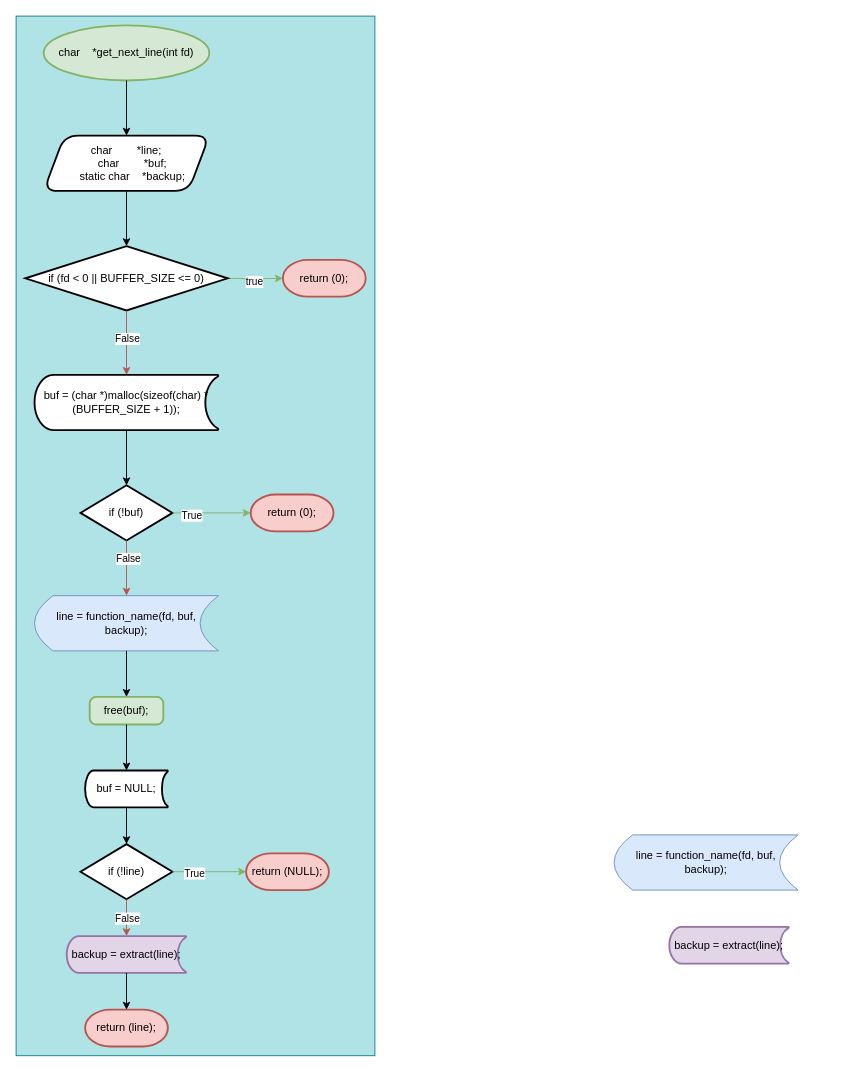
Earlier version of the draw.io diagram get_next_line.drawio (cgonzalezn/get_next_line). Source tidied: cells renumbered, new cells numbered last; positions are measured from the earlier drawing's top-left corner, leaving out a move shared by most shapes. Both pictures are drawn from the tidied source at 92%, with x=0, y=0 at pixel (16, 16).
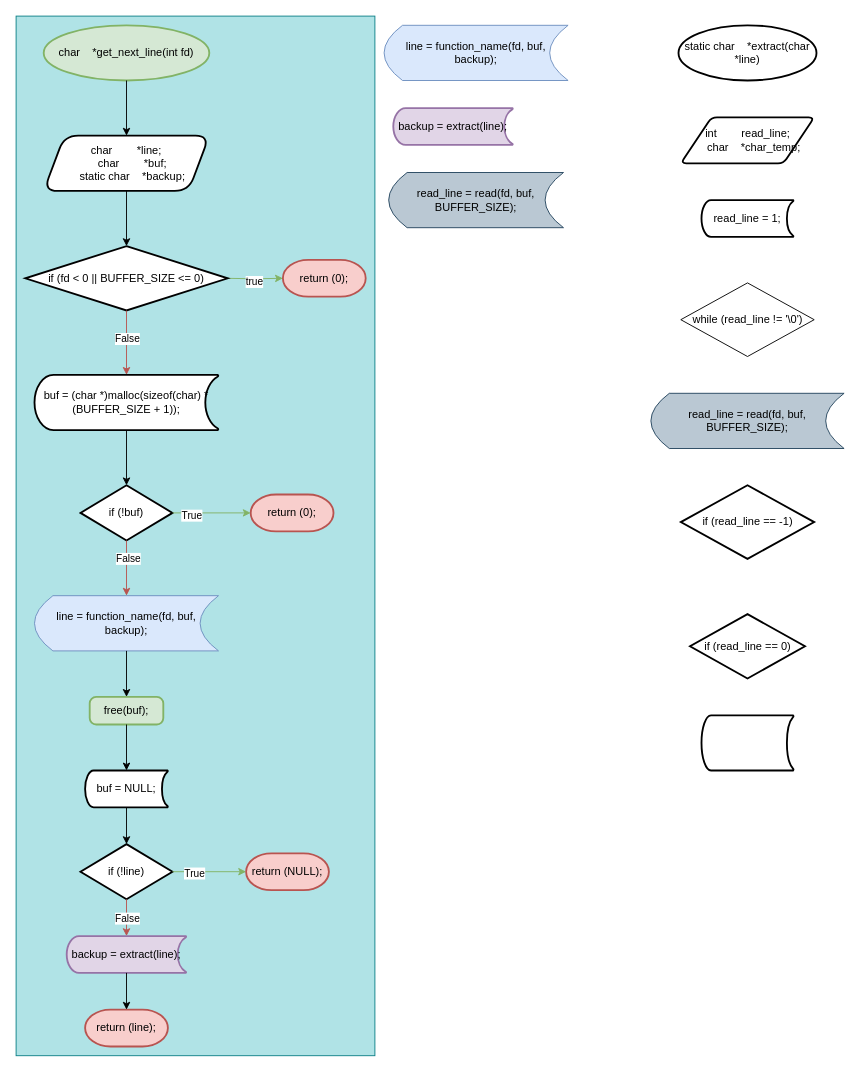
The same diagram, later.

The edit, as a diff of the source:
```diff
@@
     <mxCell id="2" value="backup = extract(line);" style="strokeWidth=2;html=1;shape=mxgraph.flowchart.stored_data;whiteSpace=wrap;fillColor=#e1d5e7;strokeColor=#9673a6;" parent="1" vertex="1">
-      <mxGeometry x="710" y="990" width="130" height="40" as="geometry" />
+      <mxGeometry x="410" y="100" width="130" height="40" as="geometry" />
     </mxCell>
     <mxCell id="3" value="line = function_name(fd, buf, backup);" style="shape=dataStorage;whiteSpace=wrap;html=1;fixedSize=1;fillColor=#dae8fc;strokeColor=#6c8ebf;" parent="1" vertex="1">
-      <mxGeometry x="650" y="890" width="200" height="60" as="geometry" />
+      <mxGeometry x="400" y="10" width="200" height="60" as="geometry" />
     </mxCell>
@@
+    <mxCell id="39" value="static char&amp;nbsp;&amp;nbsp;&amp;nbsp; *extract(char *line)" style="strokeWidth=2;html=1;shape=mxgraph.flowchart.start_1;whiteSpace=wrap;" parent="1" vertex="1">
+      <mxGeometry x="720" y="10" width="150" height="60" as="geometry" />
+    </mxCell>
+    <mxCell id="40" value="int&amp;nbsp;&amp;nbsp;&amp;nbsp; &amp;nbsp;&amp;nbsp;&amp;nbsp; read_line;&lt;br&gt;&amp;nbsp;&amp;nbsp; &amp;nbsp;char&amp;nbsp;&amp;nbsp;&amp;nbsp; *char_temp;" style="shape=parallelogram;html=1;strokeWidth=2;perimeter=parallelogramPerimeter;whiteSpace=wrap;rounded=1;arcSize=12;size=0.23;" parent="1" vertex="1">
+      <mxGeometry x="722.5" y="110" width="145" height="50" as="geometry" />
+    </mxCell>
+    <mxCell id="41" value="read_line = 1;" style="strokeWidth=2;html=1;shape=mxgraph.flowchart.stored_data;whiteSpace=wrap;" parent="1" vertex="1">
+      <mxGeometry x="745" y="200" width="100" height="40" as="geometry" />
+    </mxCell>
+    <mxCell id="42" value="while (read_line != '\0')" style="rhombus;whiteSpace=wrap;html=1;" parent="1" vertex="1">
+      <mxGeometry x="722.5" y="290" width="145" height="80" as="geometry" />
+    </mxCell>
+    <mxCell id="43" value="read_line = read(fd, buf, BUFFER_SIZE);" style="shape=dataStorage;whiteSpace=wrap;html=1;fixedSize=1;fillColor=#bac8d3;strokeColor=#23445d;" parent="1" vertex="1">
+      <mxGeometry x="690" y="410" width="210" height="60" as="geometry" />
+    </mxCell>
+    <mxCell id="44" value="read_line = read(fd, buf, BUFFER_SIZE);" style="shape=dataStorage;whiteSpace=wrap;html=1;fixedSize=1;fillColor=#bac8d3;strokeColor=#23445d;" parent="1" vertex="1">
+      <mxGeometry x="405" y="170" width="190" height="60" as="geometry" />
+    </mxCell>
+    <mxCell id="45" value="if (read_line == -1)" style="strokeWidth=2;html=1;shape=mxgraph.flowchart.decision;whiteSpace=wrap;" parent="1" vertex="1">
+      <mxGeometry x="722.5" y="510" width="145" height="80" as="geometry" />
+    </mxCell>
+    <mxCell id="46" value="if (read_line == 0)" style="strokeWidth=2;html=1;shape=mxgraph.flowchart.decision;whiteSpace=wrap;" parent="1" vertex="1">
+      <mxGeometry x="732.5" y="650" width="125" height="70" as="geometry" />
+    </mxCell>
+    <mxCell id="47" style="strokeWidth=2;html=1;shape=mxgraph.flowchart.stored_data;whiteSpace=wrap;" parent="1" vertex="1">
+      <mxGeometry x="745" y="760" width="100" height="60" as="geometry" />
+    </mxCell>
```
